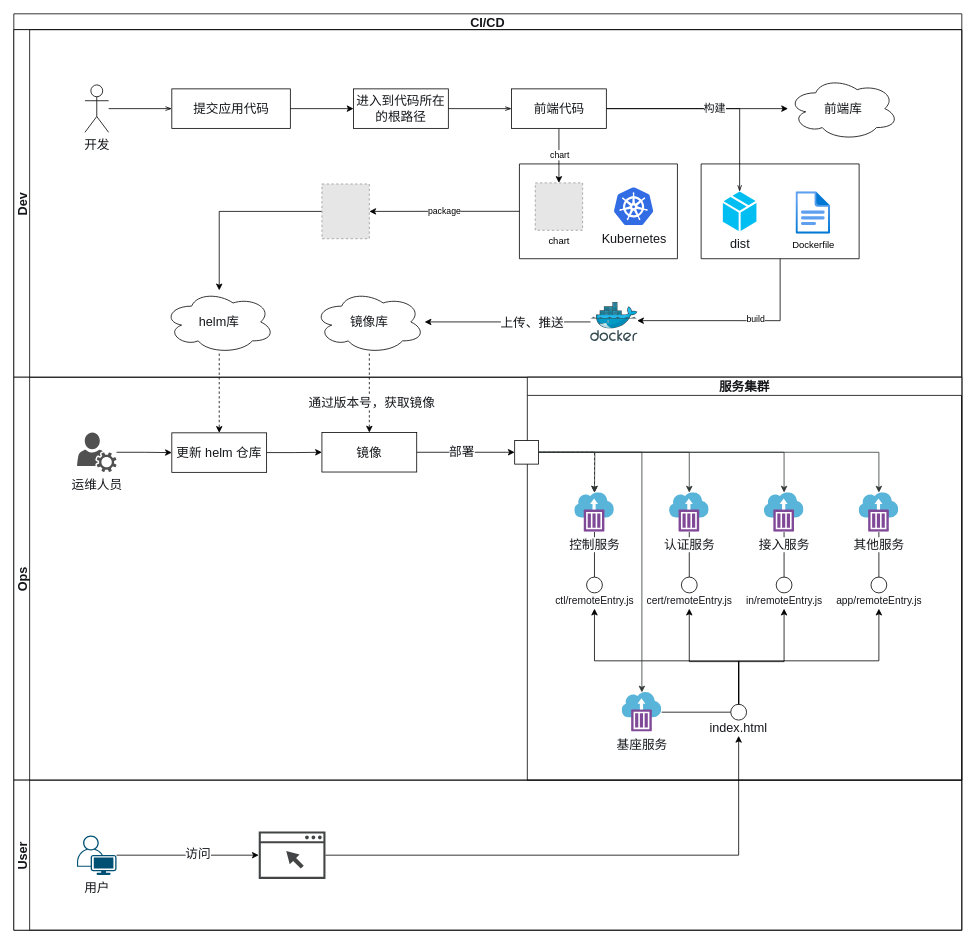
Above: page "部署图" (8 of 11) of 微服务设计图.drawio in zhuoooo/doodles (draw.io), before the change. Source tidied: cells renumbered, new cells numbered last; positions are measured from the earlier drawing's top-left corner, leaving out a move shared by most shapes. Both pictures are drawn from the tidied source at 79%, with x=0, y=0 at pixel (13, 13). Pictures stored in the file or linked from it are replaced by grey dashed boxes.
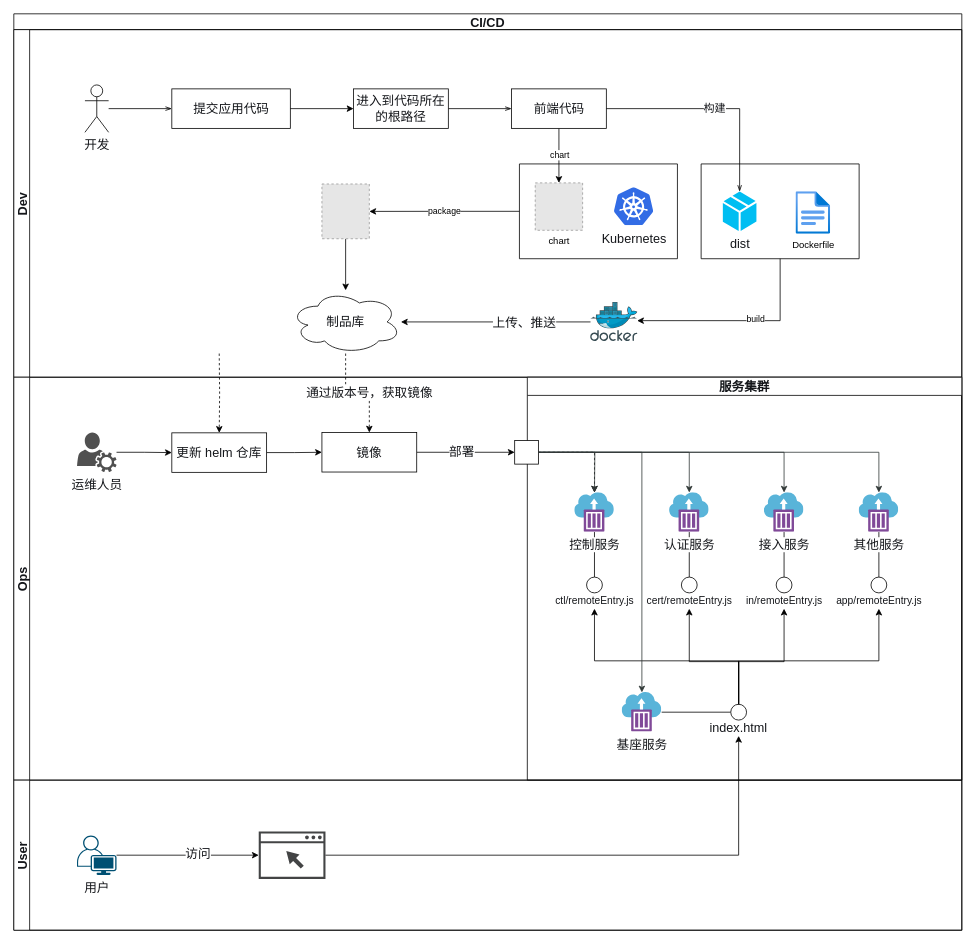
After the change.

Commit message:
add: 新增单独构建图

The change refers to these unchanged cells:
```xml
<mxCell id="2" value="CI/CD" style="swimlane;horizontal=1;startSize=20;fontSize=16;fontColor=#14161a;" parent="1" vertex="1">
  <mxGeometry width="1200" height="1160" as="geometry" />
</mxCell>
<mxCell id="6" value="Dev" style="swimlane;startSize=20;horizontal=0;fontSize=16;fontColor=#14161a;" parent="2" vertex="1">
  <mxGeometry y="20" width="1200" height="440" as="geometry" />
</mxCell>
<mxCell id="13" value="前端代码" style="html=1;fontSize=16;fontColor=#14161a;" parent="6" vertex="1">
  <mxGeometry x="630" y="75" width="120" height="50" as="geometry" />
</mxCell>
<mxCell id="32" style="fillColor=#E6E6E6;strokeColor=#999999;dashed=1;verticalLabelPosition=bottom;labelBackgroundColor=default;verticalAlign=top;" parent="6" vertex="1">
  <mxGeometry x="390" y="195.4" width="60" height="69.3" as="geometry" />
</mxCell>
<mxCell id="79" value="更新 helm 仓库" style="rounded=0;whiteSpace=wrap;html=1;fontSize=16;fontColor=#14161a;" parent="35" vertex="1">
  <mxGeometry x="200" y="70.4" width="120" height="50" as="geometry" />
</mxCell>
```

The edit, as a diff of the source:
```diff
@@
-    <mxCell id="5" style="edgeStyle=orthogonalEdgeStyle;rounded=0;sketch=0;jettySize=auto;html=1;strokeWidth=1;startSize=6;endSize=6;sourcePerimeterSpacing=0;targetPerimeterSpacing=0;dashed=1;" parent="2" edge="1" source="33" target="79">
-      <mxGeometry relative="1" as="geometry" />
+    <mxCell id="5" style="edgeStyle=orthogonalEdgeStyle;rounded=0;sketch=0;jettySize=auto;html=1;strokeWidth=1;startSize=6;endSize=6;sourcePerimeterSpacing=0;targetPerimeterSpacing=0;dashed=1;" parent="2" edge="1" target="79">
+      <mxGeometry relative="1" as="geometry">
+        <mxPoint x="260" y="430" as="sourcePoint" />
+      </mxGeometry>
     </mxCell>
@@
-    <mxCell id="12" style="edgeStyle=orthogonalEdgeStyle;rounded=0;sketch=0;jettySize=auto;html=1;strokeWidth=1;startSize=6;endSize=6;sourcePerimeterSpacing=0;targetPerimeterSpacing=0;" parent="6" edge="1" source="13" target="34">
-      <mxGeometry relative="1" as="geometry" />
-    </mxCell>
@@
-    <mxCell id="21" value="镜像库" style="ellipse;shape=cloud;whiteSpace=wrap;html=1;fontFamily=Helvetica;fontSize=16;fontColor=#14161a;align=center;strokeColor=#000000;fillColor=#ffffff;" parent="6" vertex="1">
-      <mxGeometry x="380" y="330" width="140" height="80" as="geometry" />
+    <mxCell id="21" value="制品库" style="ellipse;shape=cloud;whiteSpace=wrap;html=1;fontFamily=Helvetica;fontSize=16;fontColor=#14161a;align=center;strokeColor=#000000;fillColor=#ffffff;" parent="6" vertex="1">
+      <mxGeometry x="350" y="330" width="140" height="80" as="geometry" />
     </mxCell>
@@
-    <mxCell id="31" style="edgeStyle=orthogonalEdgeStyle;rounded=0;sketch=0;jettySize=auto;html=1;strokeWidth=1;startSize=6;endSize=6;sourcePerimeterSpacing=0;targetPerimeterSpacing=0;" parent="6" edge="1" source="32" target="33">
+    <mxCell id="31" style="edgeStyle=orthogonalEdgeStyle;rounded=0;sketch=0;jettySize=auto;html=1;strokeWidth=1;startSize=6;endSize=6;sourcePerimeterSpacing=0;targetPerimeterSpacing=0;" parent="6" edge="1" source="32" target="21">
       <mxGeometry relative="1" as="geometry" />
     </mxCell>
@@
-    <mxCell id="33" value="helm库" style="ellipse;shape=cloud;whiteSpace=wrap;html=1;fontFamily=Helvetica;fontSize=16;fontColor=#14161a;align=center;strokeColor=#000000;fillColor=#ffffff;" parent="6" vertex="1">
-      <mxGeometry x="190" y="330" width="140" height="80" as="geometry" />
-    </mxCell>
-    <mxCell id="34" value="前端库" style="ellipse;shape=cloud;whiteSpace=wrap;html=1;fontFamily=Helvetica;fontSize=16;fontColor=#14161a;align=center;strokeColor=#000000;fillColor=#ffffff;" parent="6" vertex="1">
-      <mxGeometry x="980" y="60" width="140" height="80" as="geometry" />
-    </mxCell>
```
